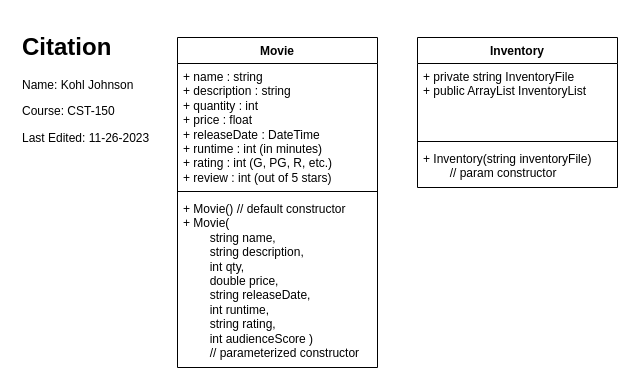
Before: CST-150 (C#)/Designs/ClassUMLs.drawio in Kohl2233/KohlGCU, a draw.io diagram. Source tidied: cells renumbered, new cells numbered last; positions are measured from the earlier drawing's top-left corner, leaving out a move shared by most shapes. Both pictures are drawn from the tidied source at 100%, with x=0, y=0 at pixel (17, 27).
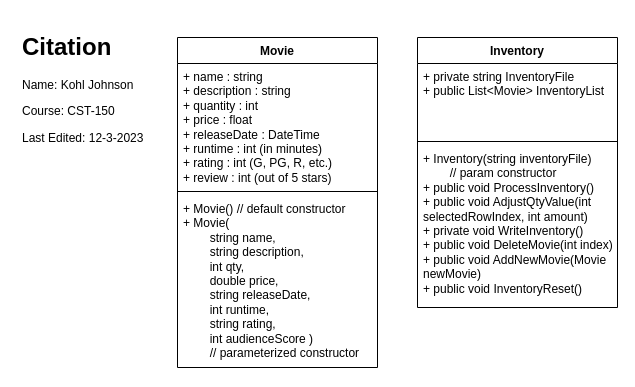
Above is the later version.

Diff of the diagram source:
```diff
@@
 <mxGraphModel>
   <root>
     <mxCell id="0" />
     <mxCell id="1" parent="0" />
     <mxCell id="2" value="Movie" style="swimlane;fontStyle=1;align=center;verticalAlign=top;horizontal=1;startSize=26;whiteSpace=wrap;html=1;" parent="1" vertex="1">
       <mxGeometry x="160" y="10" width="200" height="330" as="geometry" />
     </mxCell>
     <mxCell id="3" value="+ name : string&lt;br&gt;+ description : string&lt;br&gt;+ quantity : int&lt;br&gt;+ price : float&lt;br&gt;+ releaseDate : DateTime&lt;br&gt;+ runtime : int (in minutes)&lt;br&gt;+ rating : int (G, PG, R, etc.)&lt;br&gt;+ review : int (out of 5 stars)" style="text;strokeColor=none;fillColor=none;align=left;verticalAlign=top;spacingLeft=4;spacingRight=4;overflow=hidden;whiteSpace=wrap;html=1;" parent="2" vertex="1">
       <mxGeometry y="26" width="200" height="124" as="geometry" />
     </mxCell>
     <mxCell id="4" style="line;strokeWidth=1;fillColor=none;align=left;verticalAlign=middle;spacingTop=-1;spacingLeft=3;spacingRight=3;labelPosition=right;strokeColor=inherit;" parent="2" vertex="1">
       <mxGeometry y="150" width="200" height="8" as="geometry" />
     </mxCell>
     <mxCell id="5" value="+ Movie() // default constructor&lt;br&gt;+ Movie(&lt;br&gt;&lt;span style=&quot;white-space: pre;&quot;&gt;&#9;&lt;/span&gt;string name,&lt;br&gt;&lt;span style=&quot;white-space: pre;&quot;&gt;&#9;&lt;/span&gt;string description,&lt;br&gt;&lt;span style=&quot;white-space: pre;&quot;&gt;&#9;&lt;/span&gt;int qty,&lt;br&gt;&lt;span style=&quot;white-space: pre;&quot;&gt;&#9;&lt;/span&gt;double price,&lt;br&gt;&lt;span style=&quot;white-space: pre;&quot;&gt;&#9;&lt;/span&gt;string releaseDate,&lt;br&gt;&lt;span style=&quot;white-space: pre;&quot;&gt;&#9;&lt;/span&gt;int runtime,&lt;br&gt;&lt;span style=&quot;white-space: pre;&quot;&gt;&#9;&lt;/span&gt;string rating,&lt;br&gt;&lt;span style=&quot;white-space: pre;&quot;&gt;&#9;&lt;/span&gt;int audienceScore )&lt;br&gt;&lt;span style=&quot;white-space: pre;&quot;&gt;&#9;&lt;/span&gt;// parameterized constructor" style="text;strokeColor=none;fillColor=none;align=left;verticalAlign=top;spacingLeft=4;spacingRight=4;overflow=hidden;whiteSpace=wrap;html=1;" parent="2" vertex="1">
       <mxGeometry y="158" width="200" height="172" as="geometry" />
     </mxCell>
-    <mxCell id="6" value="&lt;h1 style=&quot;border-color: var(--border-color);&quot;&gt;Citation&lt;/h1&gt;&lt;h1&gt;&lt;p style=&quot;border-color: var(--border-color); font-size: 12px; font-weight: 400;&quot;&gt;Name: Kohl Johnson&lt;/p&gt;&lt;p style=&quot;border-color: var(--border-color); font-size: 12px; font-weight: 400;&quot;&gt;Course: CST-150&lt;/p&gt;&lt;p style=&quot;border-color: var(--border-color); font-size: 12px; font-weight: 400;&quot;&gt;Last Edited: 11-26-2023&lt;/p&gt;&lt;/h1&gt;" style="text;html=1;strokeColor=none;fillColor=none;spacing=5;spacingTop=-20;whiteSpace=wrap;overflow=hidden;rounded=0;" parent="1" vertex="1">
+    <mxCell id="6" value="&lt;h1 style=&quot;border-color: var(--border-color);&quot;&gt;Citation&lt;/h1&gt;&lt;h1&gt;&lt;p style=&quot;border-color: var(--border-color); font-size: 12px; font-weight: 400;&quot;&gt;Name: Kohl Johnson&lt;/p&gt;&lt;p style=&quot;border-color: var(--border-color); font-size: 12px; font-weight: 400;&quot;&gt;Course: CST-150&lt;/p&gt;&lt;p style=&quot;border-color: var(--border-color); font-size: 12px; font-weight: 400;&quot;&gt;Last Edited: 12-3-2023&lt;/p&gt;&lt;/h1&gt;" style="text;html=1;strokeColor=none;fillColor=none;spacing=5;spacingTop=-20;whiteSpace=wrap;overflow=hidden;rounded=0;" parent="1" vertex="1">
       <mxGeometry width="190" height="120" as="geometry" />
     </mxCell>
     <mxCell id="7" value="Inventory" style="swimlane;fontStyle=1;align=center;verticalAlign=top;horizontal=1;startSize=26;whiteSpace=wrap;html=1;" parent="1" vertex="1">
-      <mxGeometry x="400" y="10" width="200" height="150" as="geometry" />
+      <mxGeometry x="400" y="10" width="200" height="270" as="geometry" />
     </mxCell>
-    <mxCell id="8" value="+ private string InventoryFile&lt;br&gt;+ public ArrayList InventoryList" style="text;strokeColor=none;fillColor=none;align=left;verticalAlign=top;spacingLeft=4;spacingRight=4;overflow=hidden;whiteSpace=wrap;html=1;" parent="7" vertex="1">
+    <mxCell id="8" value="+ private string InventoryFile&lt;br&gt;+ public List&amp;lt;Movie&amp;gt; InventoryList" style="text;strokeColor=none;fillColor=none;align=left;verticalAlign=top;spacingLeft=4;spacingRight=4;overflow=hidden;whiteSpace=wrap;html=1;" parent="7" vertex="1">
       <mxGeometry y="26" width="200" height="74" as="geometry" />
     </mxCell>
     <mxCell id="9" style="line;strokeWidth=1;fillColor=none;align=left;verticalAlign=middle;spacingTop=-1;spacingLeft=3;spacingRight=3;labelPosition=right;strokeColor=inherit;" parent="7" vertex="1">
       <mxGeometry y="100" width="200" height="8" as="geometry" />
     </mxCell>
-    <mxCell id="10" value="+ Inventory(string inventoryFile)&amp;nbsp;&lt;br&gt;&lt;span style=&quot;white-space: pre;&quot;&gt;&#9;&lt;/span&gt;// param constructor" style="text;strokeColor=none;fillColor=none;align=left;verticalAlign=top;spacingLeft=4;spacingRight=4;overflow=hidden;whiteSpace=wrap;html=1;" parent="7" vertex="1">
-      <mxGeometry y="108" width="200" height="42" as="geometry" />
+    <mxCell id="10" value="+ Inventory(string inventoryFile)&amp;nbsp;&lt;br&gt;&lt;span style=&quot;white-space: pre;&quot;&gt;&#9;&lt;/span&gt;// param constructor&lt;br&gt;+ public void ProcessInventory()&lt;br&gt;+ public void AdjustQtyValue(int selectedRowIndex, int amount)&lt;br&gt;+ private void WriteInventory()&lt;br&gt;+ public void DeleteMovie(int index)&lt;br&gt;+ public void AddNewMovie(Movie newMovie)&lt;br&gt;+ public void InventoryReset()&lt;br&gt;" style="text;strokeColor=none;fillColor=none;align=left;verticalAlign=top;spacingLeft=4;spacingRight=4;overflow=hidden;whiteSpace=wrap;html=1;" parent="7" vertex="1">
+      <mxGeometry y="108" width="200" height="162" as="geometry" />
     </mxCell>
   </root>
 </mxGraphModel>
```
